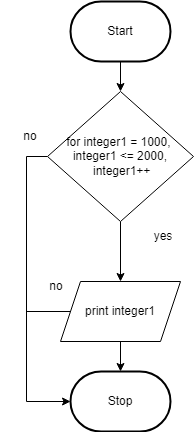
Before: Drawio/FlowChart.png, a diagram exported from draw.io (JacksonNaufal/ICS3U-Unit5-01-Python). Source tidied: cells renumbered, new cells last; positions are measured from the earlier drawing's top-left corner, leaving out a move shared by most shapes.
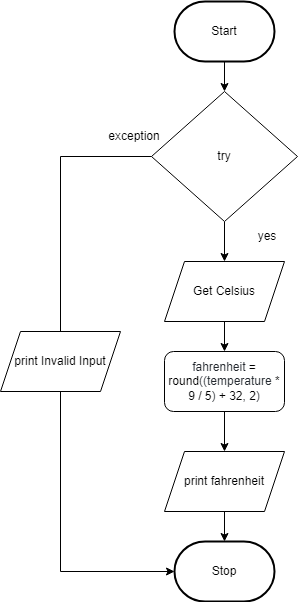
Later version of the same file.

Change to the diagram source:
```diff
@@ -9,41 +9,54 @@
       <mxGeometry x="70" width="100" height="60" as="geometry" />
     </mxCell>
     <mxCell id="4" value="Stop" style="strokeWidth=2;html=1;shape=mxgraph.flowchart.terminator;whiteSpace=wrap;rounded=1;" parent="1" vertex="1">
-      <mxGeometry x="70" y="370" width="100" height="60" as="geometry" />
+      <mxGeometry x="70" y="540" width="100" height="60" as="geometry" />
     </mxCell>
-    <mxCell id="5" style="edgeStyle=none;html=1;fontSize=12;entryX=0;entryY=0.5;entryDx=0;entryDy=0;entryPerimeter=0;rounded=0;" parent="1" edge="1" source="7" target="4">
+    <mxCell id="5" style="edgeStyle=none;html=1;fontSize=12;entryX=0;entryY=0.5;entryDx=0;entryDy=0;entryPerimeter=0;rounded=0;startArrow=none;" parent="1" edge="1" source="15" target="4">
       <mxGeometry relative="1" as="geometry">
         <Array as="points">
-          <mxPoint x="26" y="155" />
-          <mxPoint x="26" y="400" />
+          <mxPoint x="-44" y="570" />
         </Array>
       </mxGeometry>
     </mxCell>
-    <mxCell id="6" style="edgeStyle=none;html=1;entryX=0.5;entryY=0;entryDx=0;entryDy=0;" parent="1" edge="1" source="7" target="10">
-      <mxGeometry relative="1" as="geometry" />
-    </mxCell>
+    <mxCell id="14" style="edgeStyle=none;html=1;" parent="1" edge="1" source="7" target="18">
+      <mxGeometry relative="1" as="geometry" />
+    </mxCell>
-    <mxCell id="7" value="for integer1&amp;nbsp;= 1000, &lt;br&gt;integer1 &amp;lt;= 2000,&lt;br&gt;&amp;nbsp;integer1++" style="rhombus;whiteSpace=wrap;html=1;" parent="1" vertex="1">
+    <mxCell id="7" value="try" style="rhombus;whiteSpace=wrap;html=1;" parent="1" vertex="1">
       <mxGeometry x="47" y="90" width="146" height="130" as="geometry" />
     </mxCell>
     <mxCell id="8" style="edgeStyle=none;html=1;startArrow=none;" parent="1" edge="1" source="10" target="4">
       <mxGeometry relative="1" as="geometry" />
     </mxCell>
-    <mxCell id="9" style="edgeStyle=none;rounded=0;html=1;fontSize=12;endArrow=none;endFill=0;" parent="1" edge="1" source="10">
-      <mxGeometry relative="1" as="geometry">
-        <mxPoint x="26" y="310" as="targetPoint" />
-      </mxGeometry>
-    </mxCell>
-    <mxCell id="10" value="&lt;font style=&quot;font-size: 12px&quot;&gt;print integer1&lt;/font&gt;" style="shape=parallelogram;perimeter=parallelogramPerimeter;whiteSpace=wrap;html=1;fixedSize=1;fontSize=8;" parent="1" vertex="1">
-      <mxGeometry x="60" y="280" width="120" height="60" as="geometry" />
+    <mxCell id="10" value="&lt;font style=&quot;font-size: 12px&quot;&gt;print fahrenheit&lt;/font&gt;" style="shape=parallelogram;perimeter=parallelogramPerimeter;whiteSpace=wrap;html=1;fixedSize=1;fontSize=8;" parent="1" vertex="1">
+      <mxGeometry x="60" y="450" width="120" height="60" as="geometry" />
     </mxCell>
     <mxCell id="11" value="yes" style="text;html=1;strokeColor=none;fillColor=none;align=center;verticalAlign=middle;whiteSpace=wrap;rounded=0;fontSize=12;" parent="1" vertex="1">
       <mxGeometry x="133" y="220" width="60" height="30" as="geometry" />
     </mxCell>
-    <mxCell id="12" value="no" style="text;html=1;strokeColor=none;fillColor=none;align=center;verticalAlign=middle;whiteSpace=wrap;rounded=0;fontSize=12;" parent="1" vertex="1">
-      <mxGeometry x="26" y="270" width="60" height="30" as="geometry" />
-    </mxCell>
-    <mxCell id="13" value="no" style="text;html=1;strokeColor=none;fillColor=none;align=center;verticalAlign=middle;whiteSpace=wrap;rounded=0;fontSize=12;" parent="1" vertex="1">
+    <mxCell id="13" value="exception" style="text;html=1;strokeColor=none;fillColor=none;align=center;verticalAlign=middle;whiteSpace=wrap;rounded=0;fontSize=12;" parent="1" vertex="1">
       <mxGeometry y="120" width="60" height="30" as="geometry" />
     </mxCell>
+    <mxCell id="15" value="&lt;font style=&quot;font-size: 12px&quot;&gt;print Invalid Input&lt;/font&gt;" style="shape=parallelogram;perimeter=parallelogramPerimeter;whiteSpace=wrap;html=1;fixedSize=1;fontSize=8;" parent="1" vertex="1">
+      <mxGeometry x="-104" y="330" width="120" height="60" as="geometry" />
+    </mxCell>
+    <mxCell id="16" style="edgeStyle=none;html=1;fontSize=12;entryX=0.5;entryY=0;entryDx=0;entryDy=0;rounded=0;endArrow=none;" parent="1" edge="1" source="7" target="15">
+      <mxGeometry relative="1" as="geometry">
+        <Array as="points">
+          <mxPoint x="-44" y="155" />
+        </Array>
+      </mxGeometry>
+    </mxCell>
+    <mxCell id="17" style="edgeStyle=none;html=1;" parent="1" edge="1" source="18" target="20">
+      <mxGeometry relative="1" as="geometry" />
+    </mxCell>
+    <mxCell id="18" value="Get Celsius" style="shape=parallelogram;perimeter=parallelogramPerimeter;whiteSpace=wrap;html=1;fixedSize=1;" parent="1" vertex="1">
+      <mxGeometry x="60" y="260" width="120" height="60" as="geometry" />
+    </mxCell>
+    <mxCell id="19" style="edgeStyle=none;html=1;" parent="1" edge="1" source="20" target="10">
+      <mxGeometry relative="1" as="geometry" />
+    </mxCell>
+    <mxCell id="20" value="&lt;span class=&quot;pl-s1&quot; style=&quot;box-sizing: border-box ; color: rgb(36 , 41 , 47) ; font-family: , , &amp;#34;sf mono&amp;#34; , &amp;#34;menlo&amp;#34; , &amp;#34;consolas&amp;#34; , &amp;#34;liberation mono&amp;#34; , monospace ; background-color: rgb(255 , 255 , 255)&quot;&gt;&lt;span class=&quot;pl-token&quot; style=&quot;box-sizing: border-box&quot;&gt;fahrenheit&lt;/span&gt;&lt;/span&gt;&lt;span style=&quot;color: rgb(36 , 41 , 47) ; font-family: , , &amp;#34;sf mono&amp;#34; , &amp;#34;menlo&amp;#34; , &amp;#34;consolas&amp;#34; , &amp;#34;liberation mono&amp;#34; , monospace ; background-color: rgb(255 , 255 , 255)&quot;&gt;&amp;nbsp;&lt;/span&gt;&lt;span class=&quot;pl-c1&quot; style=&quot;box-sizing: border-box ; font-family: , , &amp;#34;sf mono&amp;#34; , &amp;#34;menlo&amp;#34; , &amp;#34;consolas&amp;#34; , &amp;#34;liberation mono&amp;#34; , monospace ; background-color: rgb(255 , 255 , 255)&quot;&gt;=&lt;/span&gt;&lt;span style=&quot;color: rgb(36 , 41 , 47) ; font-family: , , &amp;#34;sf mono&amp;#34; , &amp;#34;menlo&amp;#34; , &amp;#34;consolas&amp;#34; , &amp;#34;liberation mono&amp;#34; , monospace ; background-color: rgb(255 , 255 , 255)&quot;&gt; &lt;/span&gt;&lt;span class=&quot;pl-en&quot; style=&quot;box-sizing: border-box ; font-family: , , &amp;#34;sf mono&amp;#34; , &amp;#34;menlo&amp;#34; , &amp;#34;consolas&amp;#34; , &amp;#34;liberation mono&amp;#34; , monospace ; background-color: rgb(255 , 255 , 255)&quot;&gt;&lt;span class=&quot;pl-token&quot; style=&quot;box-sizing: border-box&quot;&gt;round&lt;/span&gt;&lt;/span&gt;&lt;span style=&quot;color: rgb(36 , 41 , 47) ; font-family: , , &amp;#34;sf mono&amp;#34; , &amp;#34;menlo&amp;#34; , &amp;#34;consolas&amp;#34; , &amp;#34;liberation mono&amp;#34; , monospace ; background-color: rgb(255 , 255 , 255)&quot;&gt;((&lt;/span&gt;&lt;span class=&quot;pl-s1&quot; style=&quot;box-sizing: border-box ; color: rgb(36 , 41 , 47) ; font-family: , , &amp;#34;sf mono&amp;#34; , &amp;#34;menlo&amp;#34; , &amp;#34;consolas&amp;#34; , &amp;#34;liberation mono&amp;#34; , monospace ; background-color: rgb(255 , 255 , 255)&quot;&gt;&lt;span class=&quot;pl-token&quot; style=&quot;box-sizing: border-box&quot;&gt;temperature&lt;/span&gt;&lt;/span&gt;&lt;span style=&quot;color: rgb(36 , 41 , 47) ; font-family: , , &amp;#34;sf mono&amp;#34; , &amp;#34;menlo&amp;#34; , &amp;#34;consolas&amp;#34; , &amp;#34;liberation mono&amp;#34; , monospace ; background-color: rgb(255 , 255 , 255)&quot;&gt; &lt;/span&gt;&lt;span class=&quot;pl-c1&quot; style=&quot;box-sizing: border-box ; font-family: , , &amp;#34;sf mono&amp;#34; , &amp;#34;menlo&amp;#34; , &amp;#34;consolas&amp;#34; , &amp;#34;liberation mono&amp;#34; , monospace ; background-color: rgb(255 , 255 , 255)&quot;&gt;*&lt;/span&gt;&lt;span style=&quot;color: rgb(36 , 41 , 47) ; font-family: , , &amp;#34;sf mono&amp;#34; , &amp;#34;menlo&amp;#34; , &amp;#34;consolas&amp;#34; , &amp;#34;liberation mono&amp;#34; , monospace ; background-color: rgb(255 , 255 , 255)&quot;&gt; &lt;/span&gt;&lt;span class=&quot;pl-c1&quot; style=&quot;box-sizing: border-box ; font-family: , , &amp;#34;sf mono&amp;#34; , &amp;#34;menlo&amp;#34; , &amp;#34;consolas&amp;#34; , &amp;#34;liberation mono&amp;#34; , monospace ; background-color: rgb(255 , 255 , 255)&quot;&gt;9&lt;/span&gt;&lt;span style=&quot;color: rgb(36 , 41 , 47) ; font-family: , , &amp;#34;sf mono&amp;#34; , &amp;#34;menlo&amp;#34; , &amp;#34;consolas&amp;#34; , &amp;#34;liberation mono&amp;#34; , monospace ; background-color: rgb(255 , 255 , 255)&quot;&gt; &lt;/span&gt;&lt;span class=&quot;pl-c1&quot; style=&quot;box-sizing: border-box ; font-family: , , &amp;#34;sf mono&amp;#34; , &amp;#34;menlo&amp;#34; , &amp;#34;consolas&amp;#34; , &amp;#34;liberation mono&amp;#34; , monospace ; background-color: rgb(255 , 255 , 255)&quot;&gt;/&lt;/span&gt;&lt;span style=&quot;color: rgb(36 , 41 , 47) ; font-family: , , &amp;#34;sf mono&amp;#34; , &amp;#34;menlo&amp;#34; , &amp;#34;consolas&amp;#34; , &amp;#34;liberation mono&amp;#34; , monospace ; background-color: rgb(255 , 255 , 255)&quot;&gt; &lt;/span&gt;&lt;span class=&quot;pl-c1&quot; style=&quot;box-sizing: border-box ; font-family: , , &amp;#34;sf mono&amp;#34; , &amp;#34;menlo&amp;#34; , &amp;#34;consolas&amp;#34; , &amp;#34;liberation mono&amp;#34; , monospace ; background-color: rgb(255 , 255 , 255)&quot;&gt;5&lt;/span&gt;&lt;span style=&quot;color: rgb(36 , 41 , 47) ; font-family: , , &amp;#34;sf mono&amp;#34; , &amp;#34;menlo&amp;#34; , &amp;#34;consolas&amp;#34; , &amp;#34;liberation mono&amp;#34; , monospace ; background-color: rgb(255 , 255 , 255)&quot;&gt;) &lt;/span&gt;&lt;span class=&quot;pl-c1&quot; style=&quot;box-sizing: border-box ; font-family: , , &amp;#34;sf mono&amp;#34; , &amp;#34;menlo&amp;#34; , &amp;#34;consolas&amp;#34; , &amp;#34;liberation mono&amp;#34; , monospace ; background-color: rgb(255 , 255 , 255)&quot;&gt;+&lt;/span&gt;&lt;span style=&quot;color: rgb(36 , 41 , 47) ; font-family: , , &amp;#34;sf mono&amp;#34; , &amp;#34;menlo&amp;#34; , &amp;#34;consolas&amp;#34; , &amp;#34;liberation mono&amp;#34; , monospace ; background-color: rgb(255 , 255 , 255)&quot;&gt; &lt;/span&gt;&lt;span class=&quot;pl-c1&quot; style=&quot;box-sizing: border-box ; font-family: , , &amp;#34;sf mono&amp;#34; , &amp;#34;menlo&amp;#34; , &amp;#34;consolas&amp;#34; , &amp;#34;liberation mono&amp;#34; , monospace ; background-color: rgb(255 , 255 , 255)&quot;&gt;32&lt;/span&gt;&lt;span style=&quot;color: rgb(36 , 41 , 47) ; font-family: , , &amp;#34;sf mono&amp;#34; , &amp;#34;menlo&amp;#34; , &amp;#34;consolas&amp;#34; , &amp;#34;liberation mono&amp;#34; , monospace ; background-color: rgb(255 , 255 , 255)&quot;&gt;, &lt;/span&gt;&lt;span class=&quot;pl-c1&quot; style=&quot;box-sizing: border-box ; font-family: , , &amp;#34;sf mono&amp;#34; , &amp;#34;menlo&amp;#34; , &amp;#34;consolas&amp;#34; , &amp;#34;liberation mono&amp;#34; , monospace ; background-color: rgb(255 , 255 , 255)&quot;&gt;2&lt;/span&gt;&lt;span style=&quot;color: rgb(36 , 41 , 47) ; font-family: , , &amp;#34;sf mono&amp;#34; , &amp;#34;menlo&amp;#34; , &amp;#34;consolas&amp;#34; , &amp;#34;liberation mono&amp;#34; , monospace ; background-color: rgb(255 , 255 , 255)&quot;&gt;)&lt;/span&gt;" style="rounded=1;whiteSpace=wrap;html=1;" parent="1" vertex="1">
+      <mxGeometry x="60" y="350" width="120" height="60" as="geometry" />
+    </mxCell>
   </root>
 </mxGraphModel>
```
